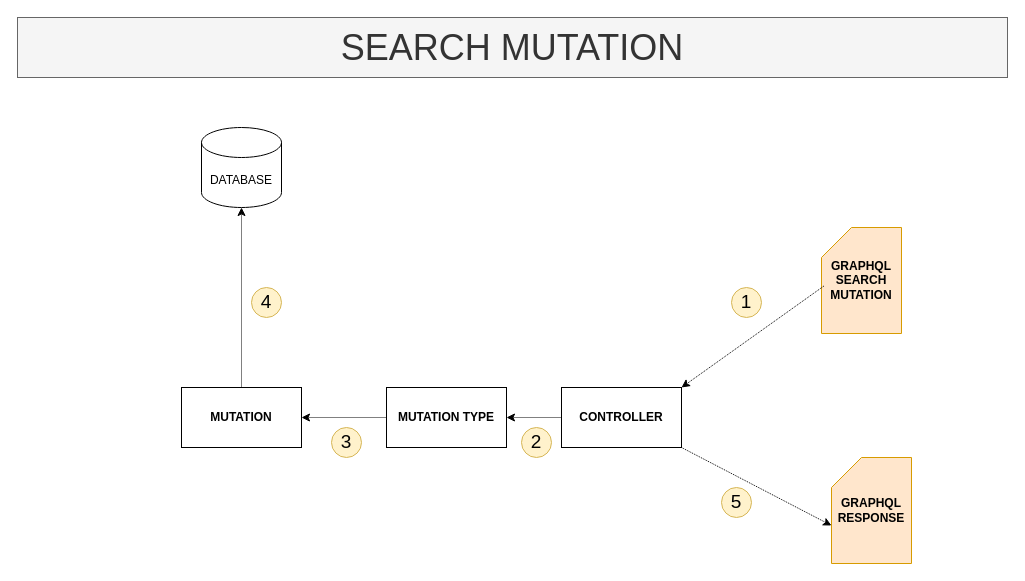
The draw.io diagram page "search mutation" (1 of 2) of devops/property-dealer.drawio in kingsley-ijomah/draw.io, before the edit. Source tidied: cells renumbered, new cells numbered last; positions are measured from the earlier drawing's top-left corner, leaving out a move shared by most shapes. Both pictures are drawn from the tidied source at 100%, with x=0, y=0 at pixel (17, 17).
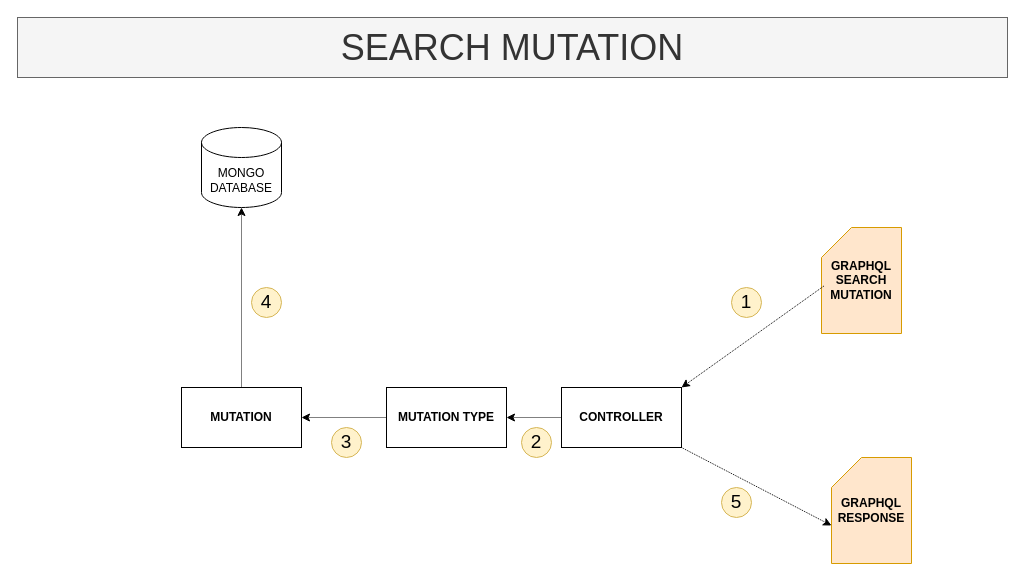
The same diagram, later.

Diff of the diagram source:
```diff
@@
-    <mxCell id="3" value="DATABASE" style="shape=cylinder3;whiteSpace=wrap;html=1;boundedLbl=1;backgroundOutline=1;size=15;" parent="1" vertex="1">
+    <mxCell id="3" value="&lt;div&gt;MONGO&lt;/div&gt;DATABASE" style="shape=cylinder3;whiteSpace=wrap;html=1;boundedLbl=1;backgroundOutline=1;size=15;" parent="1" vertex="1">
       <mxGeometry x="184" y="110" width="80" height="80" as="geometry" />
     </mxCell>
```
